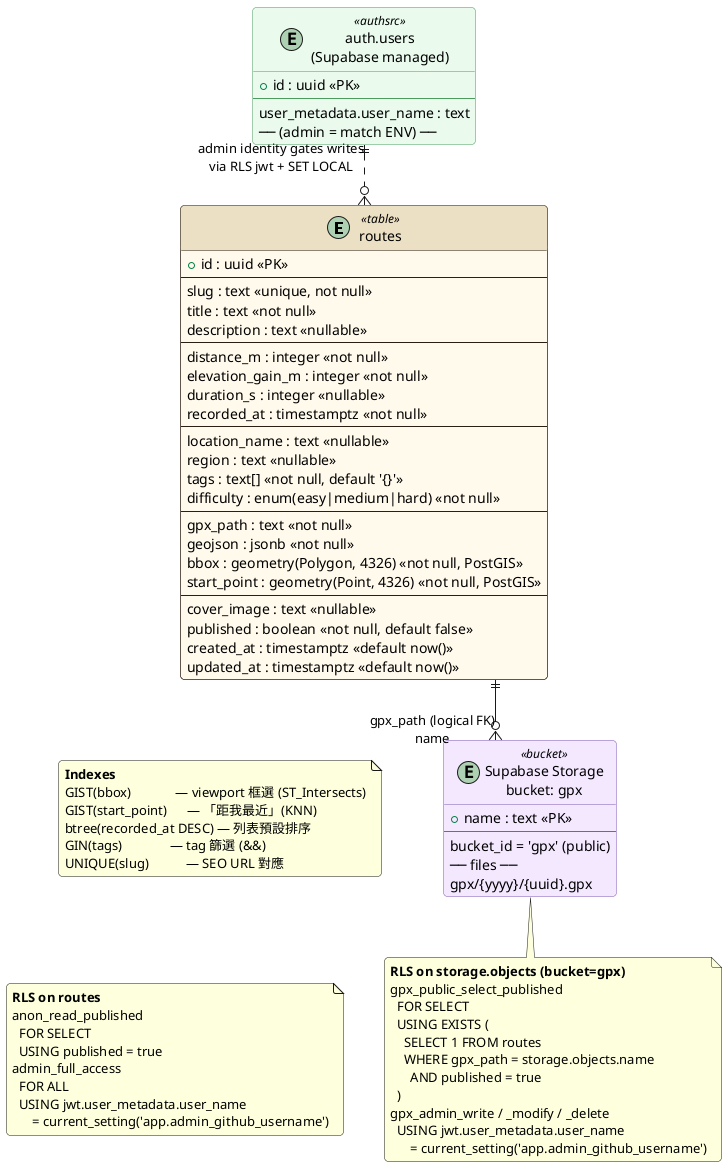
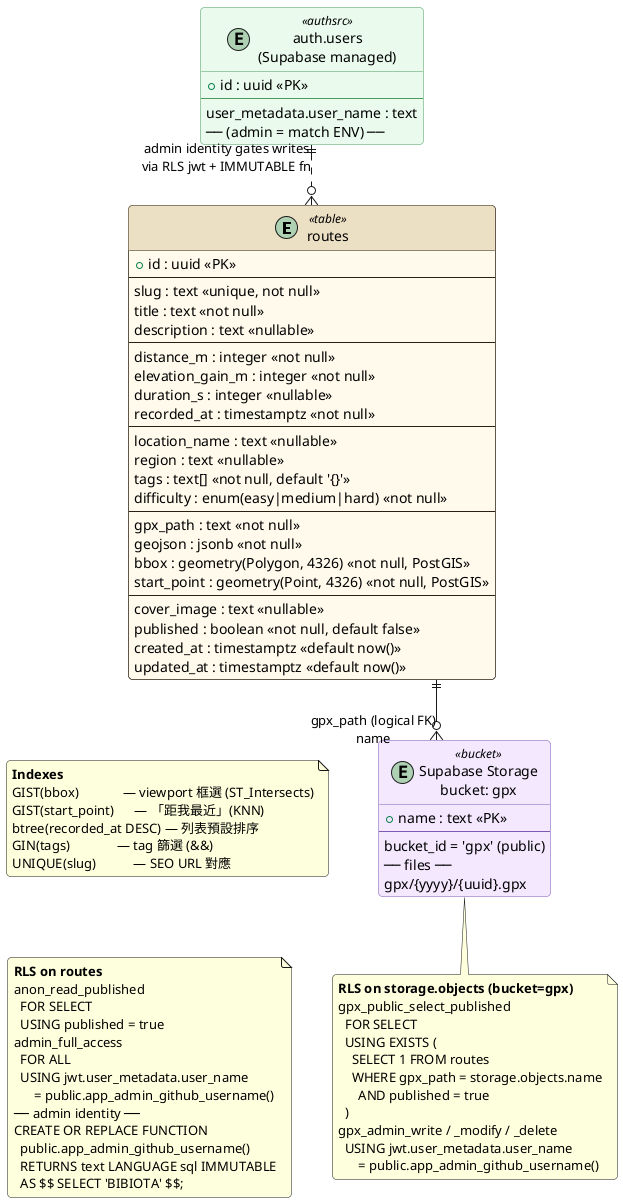
@startuml 02-er-routes-schema
' wave-c-supabase-rls-auth — routes table schema (ER Diagram)
' Source of truth: openspec/changes/wave-c-supabase-rls-auth/design.md §3
'                  + docs/data-model.md §routes table

skinparam shadowing false
skinparam roundCorner 8
skinparam defaultFontName "Sans-Serif"
skinparam linetype ortho
skinparam ranksep 60
skinparam nodesep 40

skinparam class {
  BackgroundColor<<table>>    #FFFAEC
  BorderColor<<table>>        #2A1F12
  HeaderBackgroundColor<<table>> #ECE0C4
  BackgroundColor<<bucket>>   #F4E8FF
  BorderColor<<bucket>>       #7E5AB4
  BackgroundColor<<authsrc>>  #EAFBEE
  BorderColor<<authsrc>>      #4C9A5E
  BackgroundColor<<index>>    #F8F1E0
  BorderColor<<index>>        #6B5638
  BackgroundColor<<rls>>      #FFF1E0
  BorderColor<<rls>>          #C68A3E
}

' ── Main entity ──────────────────────────────────
entity "routes" as routes <<table>> {
  + id : uuid <<PK>>
  --
  slug : text <<unique, not null>>
  title : text <<not null>>
  description : text <<nullable>>
  --
  distance_m : integer <<not null>>
  elevation_gain_m : integer <<not null>>
  duration_s : integer <<nullable>>
  recorded_at : timestamptz <<not null>>
  --
  location_name : text <<nullable>>
  region : text <<nullable>>
  tags : text[] <<not null, default '{}'>>
  difficulty : enum(easy|medium|hard) <<not null>>
  --
  gpx_path : text <<not null>>
  geojson : jsonb <<not null>>
  bbox : geometry(Polygon, 4326) <<not null, PostGIS>>
  start_point : geometry(Point, 4326) <<not null, PostGIS>>
  --
  cover_image : text <<nullable>>
  published : boolean <<not null, default false>>
  created_at : timestamptz <<default now()>>
  updated_at : timestamptz <<default now()>>
}

' ── Indexes ──────────────────────────────────────
note as routes_indexes <<index>>
  **Indexes**
  GIST(bbox)             — viewport 框選 (ST_Intersects)
  GIST(start_point)      — 「距我最近」(KNN)
  btree(recorded_at DESC) — 列表預設排序
  GIN(tags)              — tag 篩選 (&&)
  UNIQUE(slug)           — SEO URL 對應
end note

' ── RLS policies ─────────────────────────────────
note as routes_rls <<rls>>
  **RLS on routes**
  anon_read_published
    FOR SELECT
    USING published = true
  admin_full_access
    FOR ALL
    USING jwt.user_metadata.user_name
-         = current_setting('app.admin_github_username')
+         = public.app_admin_github_username()
+   ── admin identity ──
+   CREATE OR REPLACE FUNCTION
+     public.app_admin_github_username()
+     RETURNS text LANGUAGE sql IMMUTABLE
+     AS $$ SELECT 'BIBIOTA' $$;
end note

' ── External entities (logical relations) ────────
entity "Supabase Storage\nbucket: gpx" as gpx <<bucket>> {
  + name : text <<PK>>
  --
  bucket_id = 'gpx' (public)
  ── files ──
  gpx/{yyyy}/{uuid}.gpx
}

note as gpx_rls <<rls>>
  **RLS on storage.objects (bucket=gpx)**
  gpx_public_select_published
    FOR SELECT
    USING EXISTS (
      SELECT 1 FROM routes
      WHERE gpx_path = storage.objects.name
        AND published = true
    )
  gpx_admin_write / _modify / _delete
    USING jwt.user_metadata.user_name
-         = current_setting('app.admin_github_username')
+         = public.app_admin_github_username()
end note

entity "auth.users\n(Supabase managed)" as users <<authsrc>> {
  + id : uuid <<PK>>
  --
  user_metadata.user_name : text
  ── (admin = match ENV) ──
}

' ── Relationships ────────────────────────────────
routes ||--o{ gpx : "gpx_path (logical FK)\nname"
- users  ||..o{ routes : "admin identity gates writes\nvia RLS jwt + SET LOCAL"
+ users  ||..o{ routes : "admin identity gates writes\nvia RLS jwt + IMMUTABLE fn"

' Layout hints
routes -[hidden]down- routes_indexes
routes_indexes -[hidden]down- routes_rls
gpx -[hidden]down- gpx_rls

@enduml
